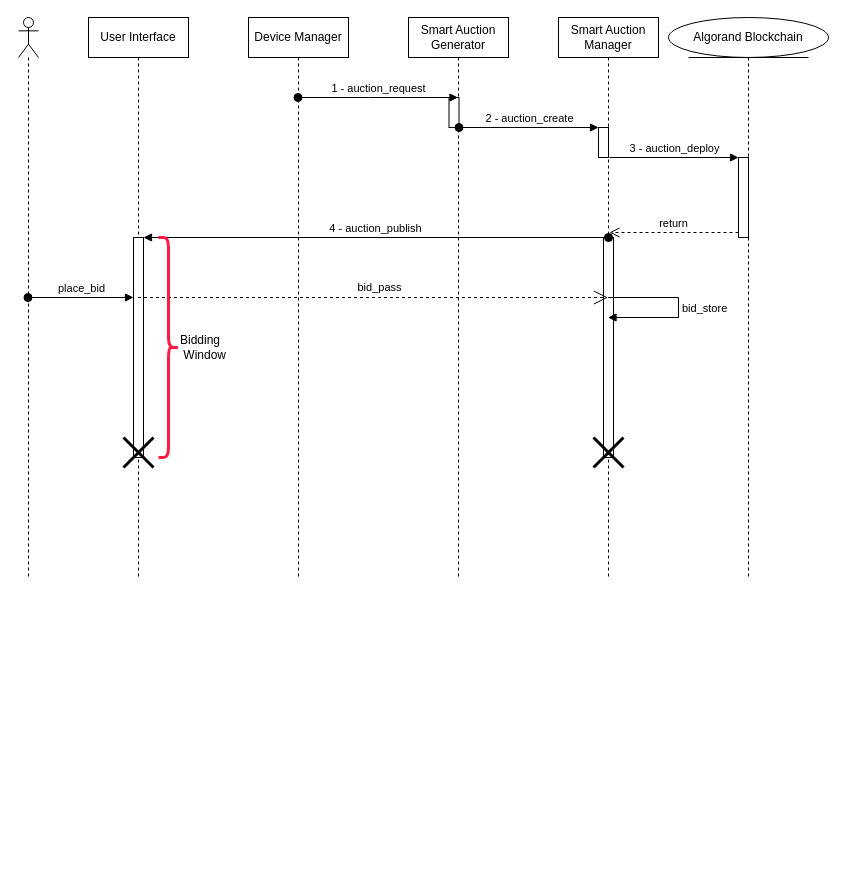
Earlier version of the draw.io diagram sequenzaAuction.drawio (lab98/sab). Source tidied: cells renumbered, new cells numbered last; positions are measured from the earlier drawing's top-left corner, leaving out a move shared by most shapes. Both pictures are drawn from the tidied source at 100%, with x=0, y=0 at pixel (18, 17).
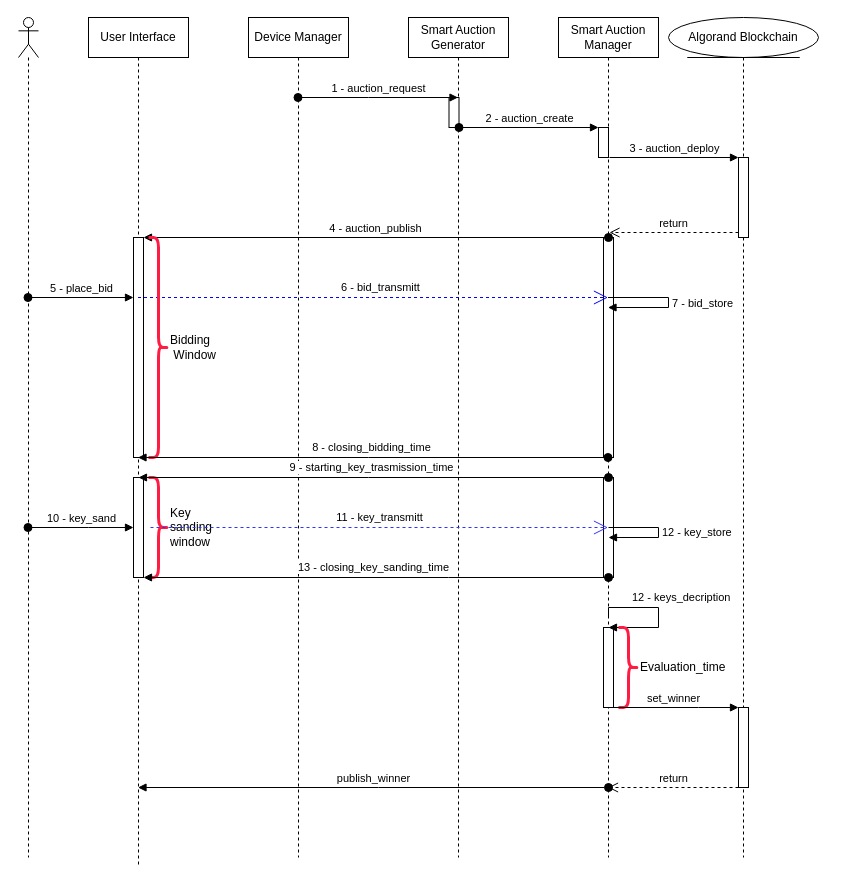
The same diagram, later.

The change refers to these unchanged cells:
```xml
<mxCell id="4" style="html=1;points=[];perimeter=orthogonalPerimeter;outlineConnect=0;targetShapes=umlLifeline;portConstraint=eastwest;newEdgeStyle={&quot;edgeStyle&quot;:&quot;elbowEdgeStyle&quot;,&quot;elbow&quot;:&quot;vertical&quot;,&quot;curved&quot;:0,&quot;rounded&quot;:0};" parent="3" vertex="1">
  <mxGeometry x="45" y="220" width="10" height="220" as="geometry" />
</mxCell>
```

Change to the diagram source:
```diff
@@
     <mxCell id="2" style="shape=umlLifeline;perimeter=lifelinePerimeter;whiteSpace=wrap;html=1;outlineConnect=0;portConstraint=eastwest;newEdgeStyle={&quot;edgeStyle&quot;:&quot;elbowEdgeStyle&quot;,&quot;elbow&quot;:&quot;vertical&quot;,&quot;curved&quot;:0,&quot;rounded&quot;:0};participant=umlActor;" parent="1" vertex="1">
-      <mxGeometry width="20" height="560" as="geometry" />
+      <mxGeometry width="20" height="840" as="geometry" />
     </mxCell>
     <mxCell id="3" value="User Interface" style="shape=umlLifeline;perimeter=lifelinePerimeter;whiteSpace=wrap;html=1;outlineConnect=0;portConstraint=eastwest;newEdgeStyle={&quot;edgeStyle&quot;:&quot;elbowEdgeStyle&quot;,&quot;elbow&quot;:&quot;vertical&quot;,&quot;curved&quot;:0,&quot;rounded&quot;:0};" parent="1" vertex="1">
-      <mxGeometry x="70" width="100" height="560" as="geometry" />
+      <mxGeometry x="70" width="100" height="850" as="geometry" />
     </mxCell>
@@
-    <mxCell id="5" style="shape=umlDestroy;whiteSpace=wrap;html=1;strokeWidth=3;targetShapes=umlLifeline;" parent="3" vertex="1">
-      <mxGeometry x="35" y="420" width="30" height="30" as="geometry" />
-    </mxCell>
+    <mxCell id="24" style="html=1;points=[];perimeter=orthogonalPerimeter;outlineConnect=0;targetShapes=umlLifeline;portConstraint=eastwest;newEdgeStyle={&quot;edgeStyle&quot;:&quot;elbowEdgeStyle&quot;,&quot;elbow&quot;:&quot;vertical&quot;,&quot;curved&quot;:0,&quot;rounded&quot;:0};" parent="3" vertex="1">
+      <mxGeometry x="45" y="460" width="10" height="100" as="geometry" />
+    </mxCell>
     <mxCell id="6" value="Device Manager" style="shape=umlLifeline;perimeter=lifelinePerimeter;whiteSpace=wrap;html=1;outlineConnect=0;portConstraint=eastwest;newEdgeStyle={&quot;edgeStyle&quot;:&quot;elbowEdgeStyle&quot;,&quot;elbow&quot;:&quot;vertical&quot;,&quot;curved&quot;:0,&quot;rounded&quot;:0};" parent="1" vertex="1">
-      <mxGeometry x="230" width="100" height="560" as="geometry" />
+      <mxGeometry x="230" width="100" height="840" as="geometry" />
     </mxCell>
     <mxCell id="7" value="Smart Auction Generator" style="shape=umlLifeline;perimeter=lifelinePerimeter;whiteSpace=wrap;html=1;outlineConnect=0;portConstraint=eastwest;newEdgeStyle={&quot;edgeStyle&quot;:&quot;elbowEdgeStyle&quot;,&quot;elbow&quot;:&quot;vertical&quot;,&quot;curved&quot;:0,&quot;rounded&quot;:0};" parent="1" vertex="1">
-      <mxGeometry x="390" width="100" height="560" as="geometry" />
+      <mxGeometry x="390" width="100" height="840" as="geometry" />
     </mxCell>
@@
     <mxCell id="9" value="Smart Auction Manager" style="shape=umlLifeline;perimeter=lifelinePerimeter;whiteSpace=wrap;html=1;outlineConnect=0;portConstraint=eastwest;newEdgeStyle={&quot;edgeStyle&quot;:&quot;elbowEdgeStyle&quot;,&quot;elbow&quot;:&quot;vertical&quot;,&quot;curved&quot;:0,&quot;rounded&quot;:0};" parent="1" vertex="1">
-      <mxGeometry x="540" width="100" height="560" as="geometry" />
+      <mxGeometry x="540" width="100" height="840" as="geometry" />
     </mxCell>
@@
-    <mxCell id="13" style="shape=umlDestroy;whiteSpace=wrap;html=1;strokeWidth=3;targetShapes=umlLifeline;" parent="9" vertex="1">
-      <mxGeometry x="35" y="420" width="30" height="30" as="geometry" />
-    </mxCell>
+    <mxCell id="25" style="html=1;perimeter=orthogonalPerimeter;targetShapes=umlLifeline;newEdgeStyle={&quot;edgeStyle&quot;:&quot;elbowEdgeStyle&quot;,&quot;elbow&quot;:&quot;vertical&quot;,&quot;curved&quot;:0,&quot;rounded&quot;:0};" parent="9" vertex="1">
+      <mxGeometry x="45" y="460" width="10" height="100" as="geometry" />
+    </mxCell>
+    <mxCell id="26" style="html=1;perimeter=orthogonalPerimeter;targetShapes=umlLifeline;newEdgeStyle={&quot;edgeStyle&quot;:&quot;elbowEdgeStyle&quot;,&quot;elbow&quot;:&quot;vertical&quot;,&quot;curved&quot;:0,&quot;rounded&quot;:0};" parent="9" vertex="1">
+      <mxGeometry x="45" y="610" width="10" height="80" as="geometry" />
+    </mxCell>
     <mxCell id="14" value="Algorand Blockchain" style="shape=umlLifeline;perimeter=lifelinePerimeter;whiteSpace=wrap;html=1;newEdgeStyle={&quot;edgeStyle&quot;:&quot;elbowEdgeStyle&quot;,&quot;elbow&quot;:&quot;vertical&quot;,&quot;curved&quot;:0,&quot;rounded&quot;:0};participant=umlEntity;" parent="1" vertex="1">
-      <mxGeometry x="650" width="160" height="560" as="geometry" />
+      <mxGeometry x="650" width="150" height="840" as="geometry" />
     </mxCell>
@@
+    <mxCell id="27" style="html=1;points=[];perimeter=orthogonalPerimeter;outlineConnect=0;targetShapes=umlLifeline;portConstraint=eastwest;newEdgeStyle={&quot;edgeStyle&quot;:&quot;elbowEdgeStyle&quot;,&quot;elbow&quot;:&quot;vertical&quot;,&quot;curved&quot;:0,&quot;rounded&quot;:0};" parent="14" vertex="1">
+      <mxGeometry x="70" y="690" width="10" height="80" as="geometry" />
+    </mxCell>
@@
-    <mxCell id="20" value="place_bid" style="html=1;verticalAlign=bottom;startArrow=oval;startFill=1;endArrow=block;startSize=8;edgeStyle=elbowEdgeStyle;elbow=vertical;curved=0;rounded=0;" parent="1" edge="1" source="2" target="4">
+    <mxCell id="20" value="5 - place_bid" style="html=1;verticalAlign=bottom;startArrow=oval;startFill=1;endArrow=block;startSize=8;edgeStyle=elbowEdgeStyle;elbow=vertical;curved=0;rounded=0;" parent="1" edge="1" source="2" target="4">
       <mxGeometry relative="1" as="geometry">
         <Array as="points">
           <mxPoint x="110" y="280" />
         </Array>
       </mxGeometry>
     </mxCell>
-    <mxCell id="21" value="bid_pass" style="endArrow=open;endSize=12;dashed=1;html=1;rounded=0;" parent="1" edge="1" source="3" target="9">
-      <mxGeometry x="0.02" y="10" relative="1" as="geometry">
+    <mxCell id="21" value="6 - bid_transmitt" style="endArrow=open;endSize=12;dashed=1;html=1;rounded=0;strokeColor=#0000FF;" parent="1" edge="1" source="3" target="9">
+      <mxGeometry x="0.03" y="10" relative="1" as="geometry">
         <Array as="points">
           <mxPoint x="360" y="280" />
         </Array>
-        <mxPoint x="1" as="offset" />
       </mxGeometry>
     </mxCell>
-    <mxCell id="22" value="bid_store" style="html=1;align=left;spacingLeft=2;endArrow=block;rounded=0;edgeStyle=orthogonalEdgeStyle;curved=0;rounded=0;" parent="1" edge="1" source="9" target="9">
+    <mxCell id="22" value="7 - bid_store" style="html=1;align=left;spacingLeft=2;endArrow=block;rounded=0;edgeStyle=orthogonalEdgeStyle;curved=0;rounded=0;" parent="1" edge="1" source="9" target="9">
       <mxGeometry relative="1" as="geometry">
         <Array as="points">
-          <mxPoint x="660" y="280" />
-          <mxPoint x="660" y="300" />
+          <mxPoint x="650" y="280" />
+          <mxPoint x="650" y="290" />
         </Array>
       </mxGeometry>
     </mxCell>
     <mxCell id="23" value="Bidding &amp;nbsp;Window" style="shape=curlyBracket;whiteSpace=wrap;html=1;rounded=1;flipH=1;labelPosition=right;verticalLabelPosition=middle;align=left;verticalAlign=middle;size=0.5;fillColor=#f8cecc;strokeColor=#FF1C42;strokeWidth=3;" parent="1" vertex="1">
-      <mxGeometry x="140" y="220" width="20" height="220" as="geometry" />
+      <mxGeometry x="130" y="220" width="20" height="220" as="geometry" />
     </mxCell>
+    <mxCell id="28" value="8 - closing_bidding_time" style="html=1;verticalAlign=bottom;startArrow=oval;startFill=1;endArrow=block;startSize=8;edgeStyle=elbowEdgeStyle;elbow=vertical;curved=0;rounded=0;" parent="1" edge="1" source="9" target="3">
+      <mxGeometry x="0.01" y="-1" relative="1" as="geometry">
+        <Array as="points">
+          <mxPoint x="350" y="440" />
+          <mxPoint x="340" y="450" />
+        </Array>
+      </mxGeometry>
+    </mxCell>
+    <mxCell id="29" value="Key sanding&amp;nbsp;&lt;br&gt;window" style="shape=curlyBracket;whiteSpace=wrap;html=1;rounded=1;flipH=1;labelPosition=right;verticalLabelPosition=middle;align=left;verticalAlign=middle;size=0.5;fillColor=#f8cecc;strokeColor=#FF1C42;strokeWidth=3;" parent="1" vertex="1">
+      <mxGeometry x="130" y="460" width="20" height="100" as="geometry" />
+    </mxCell>
+    <mxCell id="30" value="10 - key_sand" style="html=1;verticalAlign=bottom;startArrow=oval;startFill=1;endArrow=block;startSize=8;edgeStyle=elbowEdgeStyle;elbow=vertical;curved=0;rounded=0;" parent="1" edge="1" source="2" target="24">
+      <mxGeometry relative="1" as="geometry">
+        <Array as="points">
+          <mxPoint x="70" y="510" />
+        </Array>
+      </mxGeometry>
+    </mxCell>
+    <mxCell id="31" value="11 - key_transmitt" style="endArrow=open;endSize=12;dashed=1;html=1;rounded=0;exitX=0.9;exitY=0.5;exitDx=0;exitDy=0;exitPerimeter=0;strokeColor=#3333FF;" parent="1" edge="1" source="29" target="9">
+      <mxGeometry y="10" relative="1" as="geometry">
+        <Array as="points">
+          <mxPoint x="480" y="510" />
+        </Array>
+      </mxGeometry>
+    </mxCell>
+    <mxCell id="32" value="12 - key_store" style="html=1;align=left;spacingLeft=2;endArrow=block;rounded=0;edgeStyle=orthogonalEdgeStyle;curved=0;rounded=0;" parent="1" edge="1">
+      <mxGeometry relative="1" as="geometry">
+        <mxPoint x="590" y="510" as="sourcePoint" />
+        <mxPoint x="590" y="520" as="targetPoint" />
+        <Array as="points">
+          <mxPoint x="640" y="510" />
+          <mxPoint x="640" y="520" />
+        </Array>
+      </mxGeometry>
+    </mxCell>
+    <mxCell id="33" value="9 - starting_key_trasmission_time" style="html=1;verticalAlign=bottom;startArrow=oval;startFill=1;endArrow=block;startSize=8;edgeStyle=elbowEdgeStyle;elbow=vertical;curved=0;rounded=0;" parent="1" edge="1">
+      <mxGeometry x="0.01" y="-1" relative="1" as="geometry">
+        <mxPoint x="590" y="460" as="sourcePoint" />
+        <mxPoint x="120" y="460" as="targetPoint" />
+        <Array as="points">
+          <mxPoint x="350" y="460" />
+          <mxPoint x="340" y="470" />
+        </Array>
+      </mxGeometry>
+    </mxCell>
+    <mxCell id="34" value="13 - closing_key_sanding_time" style="html=1;verticalAlign=bottom;startArrow=oval;startFill=1;endArrow=block;startSize=8;edgeStyle=elbowEdgeStyle;elbow=vertical;curved=0;rounded=0;" parent="1" edge="1" target="24">
+      <mxGeometry x="0.01" y="-1" relative="1" as="geometry">
+        <mxPoint x="590" y="560" as="sourcePoint" />
+        <Array as="points">
+          <mxPoint x="430" y="560" />
+          <mxPoint x="350" y="470" />
+        </Array>
+      </mxGeometry>
+    </mxCell>
+    <mxCell id="35" value="12 - keys_decription" style="html=1;align=left;spacingLeft=2;endArrow=block;rounded=0;edgeStyle=orthogonalEdgeStyle;curved=0;rounded=0;" parent="1" edge="1">
+      <mxGeometry x="-0.54" y="10" relative="1" as="geometry">
+        <mxPoint x="590" y="600" as="sourcePoint" />
+        <mxPoint x="590" y="610" as="targetPoint" />
+        <Array as="points">
+          <mxPoint x="590" y="590" />
+          <mxPoint x="640" y="590" />
+          <mxPoint x="640" y="610" />
+        </Array>
+      </mxGeometry>
+    </mxCell>
+    <mxCell id="36" value="Evaluation_time&amp;nbsp;&lt;br&gt;" style="shape=curlyBracket;whiteSpace=wrap;html=1;rounded=1;flipH=1;labelPosition=right;verticalLabelPosition=middle;align=left;verticalAlign=middle;size=0.5;fillColor=#f8cecc;strokeColor=#FF1C42;strokeWidth=3;" parent="1" vertex="1">
+      <mxGeometry x="600" y="610" width="20" height="80" as="geometry" />
+    </mxCell>
+    <mxCell id="37" value="set_winner" style="html=1;verticalAlign=bottom;endArrow=block;edgeStyle=elbowEdgeStyle;elbow=vertical;curved=0;rounded=0;" parent="1" edge="1" source="9" target="27">
+      <mxGeometry relative="1" as="geometry">
+        <Array as="points">
+          <mxPoint x="680" y="690" />
+        </Array>
+      </mxGeometry>
+    </mxCell>
+    <mxCell id="38" value="return" style="html=1;verticalAlign=bottom;endArrow=open;dashed=1;endSize=8;edgeStyle=elbowEdgeStyle;elbow=vertical;curved=0;rounded=0;" parent="1" edge="1" source="27" target="9">
+      <mxGeometry relative="1" as="geometry">
+        <Array as="points">
+          <mxPoint x="680" y="770" />
+        </Array>
+      </mxGeometry>
+    </mxCell>
+    <mxCell id="39" value="publish_winner" style="html=1;verticalAlign=bottom;startArrow=oval;startFill=1;endArrow=block;startSize=8;edgeStyle=elbowEdgeStyle;elbow=vertical;curved=0;rounded=0;" parent="1" edge="1" target="3">
+      <mxGeometry relative="1" as="geometry">
+        <mxPoint x="590" y="770" as="sourcePoint" />
+        <Array as="points">
+          <mxPoint x="360" y="770" />
+        </Array>
+      </mxGeometry>
+    </mxCell>
```
